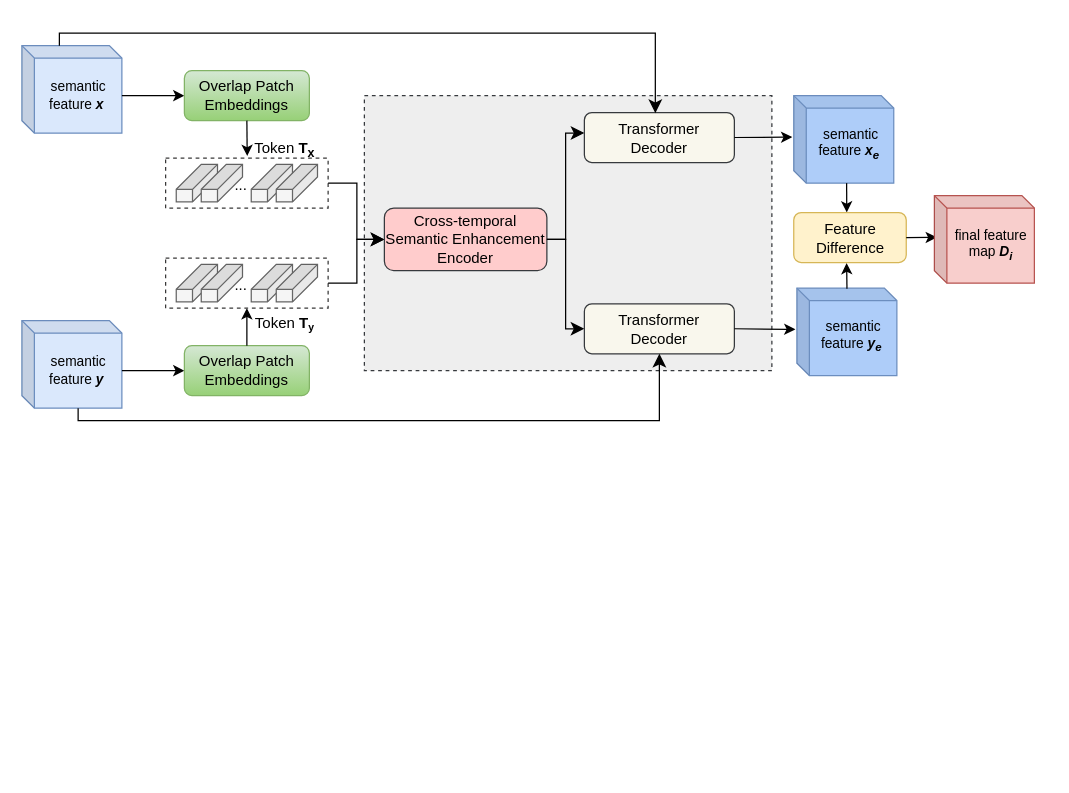
This is 未命名绘图.drawio from ZZH86/Java_learn, a draw.io file, before an edit. Source tidied: cells renumbered, new cells numbered last; positions are measured from the earlier drawing's top-left corner, leaving out a move shared by most shapes. Both pictures are drawn from the tidied source at 125%, with x=0, y=0 at pixel (21, 32).
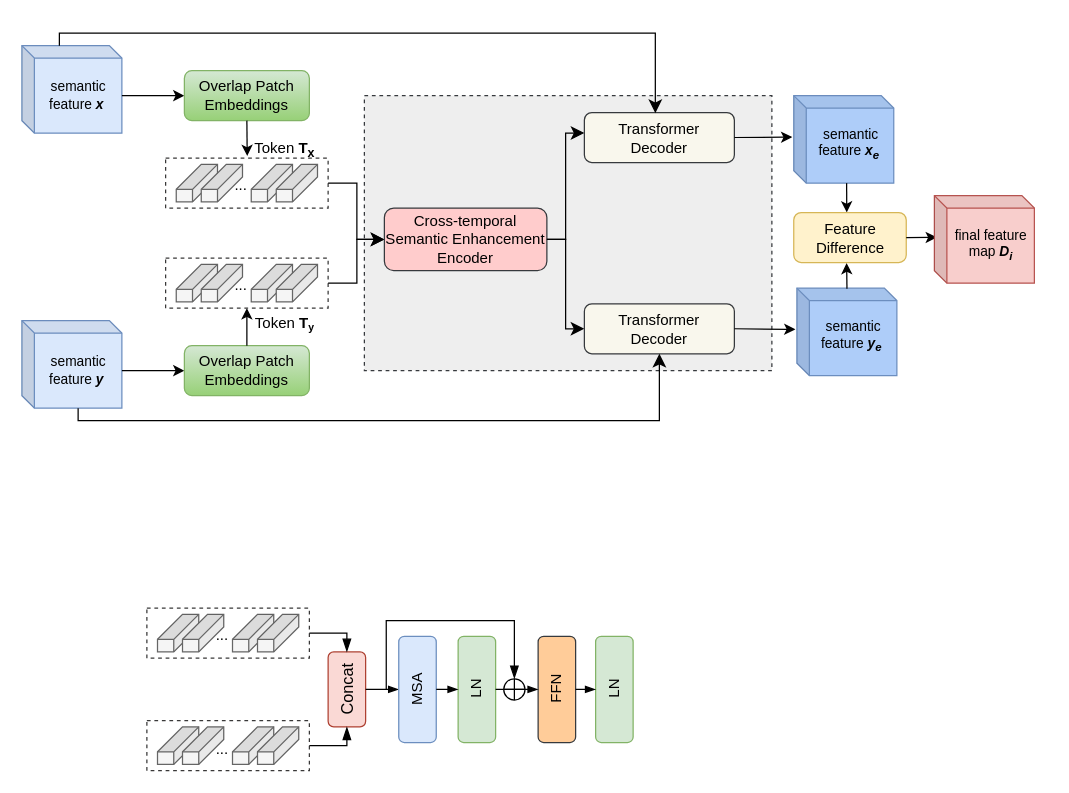
The same page after the edit.

The edit, as a diff of the source:
```diff
@@
+    <mxCell id="48" style="group;" parent="1" vertex="1">
+      <mxGeometry x="100" y="550" width="130" height="40" as="geometry" />
+    </mxCell>
+    <mxCell id="49" style="rounded=0;whiteSpace=wrap;html=1;strokeColor=#393838;dashed=1;" parent="48" vertex="1">
+      <mxGeometry width="130" height="40" as="geometry" />
+    </mxCell>
+    <mxCell id="50" style="shape=cube;whiteSpace=wrap;html=1;boundedLbl=1;backgroundOutline=1;darkOpacity=0.05;darkOpacity2=0.1;rotation=90;size=20;fillColor=#f5f5f5;strokeColor=#666666;fontColor=#333333;" parent="48" vertex="1">
+      <mxGeometry x="10" y="3.5" width="30" height="33" as="geometry" />
+    </mxCell>
+    <mxCell id="51" style="shape=cube;whiteSpace=wrap;html=1;boundedLbl=1;backgroundOutline=1;darkOpacity=0.05;darkOpacity2=0.1;rotation=90;size=20;fillColor=#f5f5f5;strokeColor=#666666;fontColor=#333333;" parent="48" vertex="1">
+      <mxGeometry x="30" y="3.5" width="30" height="33" as="geometry" />
+    </mxCell>
+    <mxCell id="52" style="shape=cube;whiteSpace=wrap;html=1;boundedLbl=1;backgroundOutline=1;darkOpacity=0.05;darkOpacity2=0.1;rotation=90;size=20;fillColor=#f5f5f5;strokeColor=#666666;fontColor=#333333;" parent="48" vertex="1">
+      <mxGeometry x="70" y="3.5" width="30" height="33" as="geometry" />
+    </mxCell>
+    <mxCell id="53" style="shape=cube;whiteSpace=wrap;html=1;boundedLbl=1;backgroundOutline=1;darkOpacity=0.05;darkOpacity2=0.1;rotation=90;size=20;fillColor=#f5f5f5;strokeColor=#666666;fontColor=#333333;" parent="48" vertex="1">
+      <mxGeometry x="90" y="3.5" width="30" height="33" as="geometry" />
+    </mxCell>
+    <mxCell id="54" value="..." style="text;html=1;align=center;verticalAlign=middle;strokeColor=none;fillColor=none;" parent="48" vertex="1">
+      <mxGeometry x="45" y="6.5" width="30" height="33.5" as="geometry" />
+    </mxCell>
+    <mxCell id="55" style="group;" parent="1" vertex="1">
+      <mxGeometry x="100" y="460" width="130" height="40" as="geometry" />
+    </mxCell>
+    <mxCell id="56" style="rounded=0;whiteSpace=wrap;html=1;strokeColor=#393838;dashed=1;" parent="55" vertex="1">
+      <mxGeometry width="130" height="40" as="geometry" />
+    </mxCell>
+    <mxCell id="57" style="shape=cube;whiteSpace=wrap;html=1;boundedLbl=1;backgroundOutline=1;darkOpacity=0.05;darkOpacity2=0.1;rotation=90;size=20;fillColor=#f5f5f5;strokeColor=#666666;fontColor=#333333;" parent="55" vertex="1">
+      <mxGeometry x="10" y="3.5" width="30" height="33" as="geometry" />
+    </mxCell>
+    <mxCell id="58" style="shape=cube;whiteSpace=wrap;html=1;boundedLbl=1;backgroundOutline=1;darkOpacity=0.05;darkOpacity2=0.1;rotation=90;size=20;fillColor=#f5f5f5;strokeColor=#666666;fontColor=#333333;" parent="55" vertex="1">
+      <mxGeometry x="30" y="3.5" width="30" height="33" as="geometry" />
+    </mxCell>
+    <mxCell id="59" style="shape=cube;whiteSpace=wrap;html=1;boundedLbl=1;backgroundOutline=1;darkOpacity=0.05;darkOpacity2=0.1;rotation=90;size=20;fillColor=#f5f5f5;strokeColor=#666666;fontColor=#333333;" parent="55" vertex="1">
+      <mxGeometry x="70" y="3.5" width="30" height="33" as="geometry" />
+    </mxCell>
+    <mxCell id="60" style="shape=cube;whiteSpace=wrap;html=1;boundedLbl=1;backgroundOutline=1;darkOpacity=0.05;darkOpacity2=0.1;rotation=90;size=20;fillColor=#f5f5f5;strokeColor=#666666;fontColor=#333333;" parent="55" vertex="1">
+      <mxGeometry x="90" y="3.5" width="30" height="33" as="geometry" />
+    </mxCell>
+    <mxCell id="61" value="..." style="text;html=1;align=center;verticalAlign=middle;strokeColor=none;fillColor=none;" parent="55" vertex="1">
+      <mxGeometry x="45" y="6.5" width="30" height="30" as="geometry" />
+    </mxCell>
+    <mxCell id="62" value="&lt;font style=&quot;font-size: 13px;&quot;&gt;Concat&lt;/font&gt;" style="rounded=1;whiteSpace=wrap;html=1;rotation=-90;fillColor=#fad9d5;strokeColor=#ae4132;" parent="1" vertex="1">
+      <mxGeometry x="230" y="510" width="60" height="30" as="geometry" />
+    </mxCell>
+    <mxCell id="63" style="edgeStyle=elbowEdgeStyle;elbow=vertical;endArrow=blockThin;html=1;curved=0;rounded=0;endSize=8;startSize=8;exitX=1;exitY=0.5;exitDx=0;exitDy=0;entryX=1;entryY=0.5;entryDx=0;entryDy=0;endFill=1;" parent="1" edge="1" source="56" target="62">
+      <mxGeometry relative="1" as="geometry">
+        <Array as="points">
+          <mxPoint x="250" y="480" />
+        </Array>
+      </mxGeometry>
+    </mxCell>
+    <mxCell id="64" style="edgeStyle=elbowEdgeStyle;elbow=vertical;endArrow=blockThin;html=1;curved=0;rounded=0;endSize=8;startSize=8;exitX=1;exitY=0.5;exitDx=0;exitDy=0;entryX=0;entryY=0.5;entryDx=0;entryDy=0;endFill=1;" parent="1" edge="1" source="49" target="62">
+      <mxGeometry relative="1" as="geometry">
+        <Array as="points">
+          <mxPoint x="240" y="570" />
+        </Array>
+      </mxGeometry>
+    </mxCell>
+    <mxCell id="65" style="endArrow=blockThin;html=1;rounded=0;exitX=0.5;exitY=1;exitDx=0;exitDy=0;endFill=1;entryX=0.5;entryY=0;entryDx=0;entryDy=0;" parent="1" edge="1" source="62" target="66">
+      <mxGeometry relative="1" as="geometry" />
+    </mxCell>
+    <mxCell id="66" value="MSA" style="rounded=1;whiteSpace=wrap;html=1;rotation=-90;fillColor=#dae8fc;strokeColor=#6c8ebf;" parent="1" vertex="1">
+      <mxGeometry x="274" y="510" width="85" height="30" as="geometry" />
+    </mxCell>
+    <mxCell id="67" value="LN" style="rounded=1;whiteSpace=wrap;html=1;rotation=-90;fillColor=#d5e8d4;strokeColor=#82b366;" parent="1" vertex="1">
+      <mxGeometry x="321.5" y="510" width="85" height="30" as="geometry" />
+    </mxCell>
+    <mxCell id="68" style="endArrow=blockThin;html=1;rounded=0;exitX=0.5;exitY=1;exitDx=0;exitDy=0;entryX=0.5;entryY=0;entryDx=0;entryDy=0;endFill=1;" parent="1" edge="1" source="66" target="67">
+      <mxGeometry relative="1" as="geometry" />
+    </mxCell>
+    <mxCell id="69" value="FFN" style="rounded=1;whiteSpace=wrap;html=1;rotation=-90;fillColor=#ffcc99;strokeColor=#36393d;" parent="1" vertex="1">
+      <mxGeometry x="385.5" y="510" width="85" height="30" as="geometry" />
+    </mxCell>
+    <mxCell id="70" value="LN" style="rounded=1;whiteSpace=wrap;html=1;rotation=-90;fillColor=#d5e8d4;strokeColor=#82b366;" parent="1" vertex="1">
+      <mxGeometry x="431.5" y="510" width="85" height="30" as="geometry" />
+    </mxCell>
+    <mxCell id="71" style="shape=orEllipse;perimeter=ellipsePerimeter;whiteSpace=wrap;html=1;backgroundOutline=1;" parent="1" vertex="1">
+      <mxGeometry x="385.5" y="516.5" width="17" height="17" as="geometry" />
+    </mxCell>
+    <mxCell id="72" style="endArrow=blockThin;html=1;rounded=0;exitX=0.5;exitY=1;exitDx=0;exitDy=0;entryX=0.5;entryY=0;entryDx=0;entryDy=0;endFill=1;" parent="1" edge="1" source="67" target="69">
+      <mxGeometry relative="1" as="geometry" />
+    </mxCell>
+    <mxCell id="73" style="endArrow=blockThin;html=1;rounded=0;exitX=0.5;exitY=1;exitDx=0;exitDy=0;entryX=0.5;entryY=0;entryDx=0;entryDy=0;endFill=1;" parent="1" edge="1" source="69" target="70">
+      <mxGeometry relative="1" as="geometry" />
+    </mxCell>
+    <mxCell id="74" style="edgeStyle=elbowEdgeStyle;elbow=vertical;endArrow=blockThin;html=1;curved=0;rounded=0;endSize=8;startSize=8;entryX=0.5;entryY=0;entryDx=0;entryDy=0;endFill=1;" parent="1" edge="1" target="71">
+      <mxGeometry relative="1" as="geometry">
+        <mxPoint x="291.5" y="525" as="sourcePoint" />
+        <Array as="points">
+          <mxPoint x="341.5" y="470" />
+        </Array>
+      </mxGeometry>
+    </mxCell>
```
